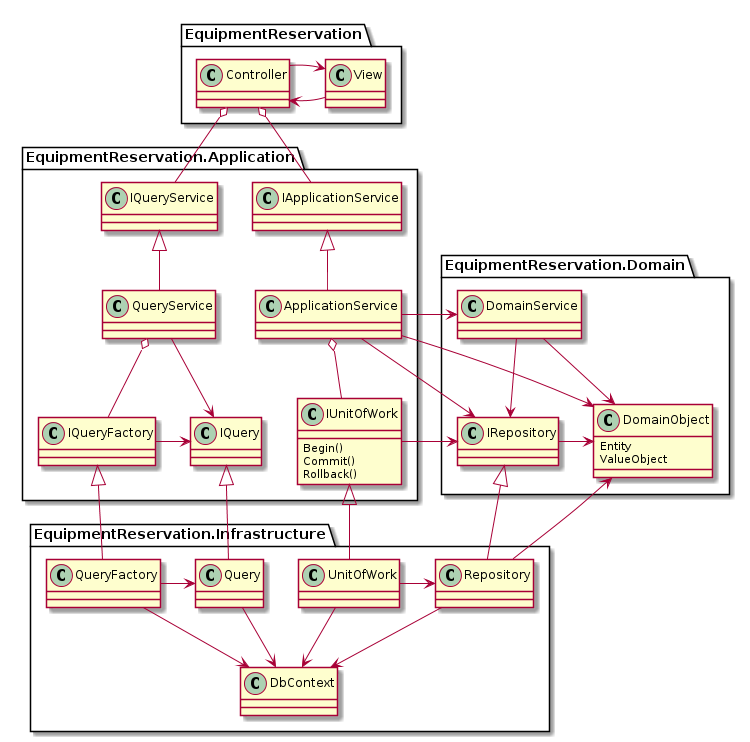
Before: modeling/Architecture/Architecture.png, a diagram exported from PlantUML (TakashiOnawa/EquipmentReservation).
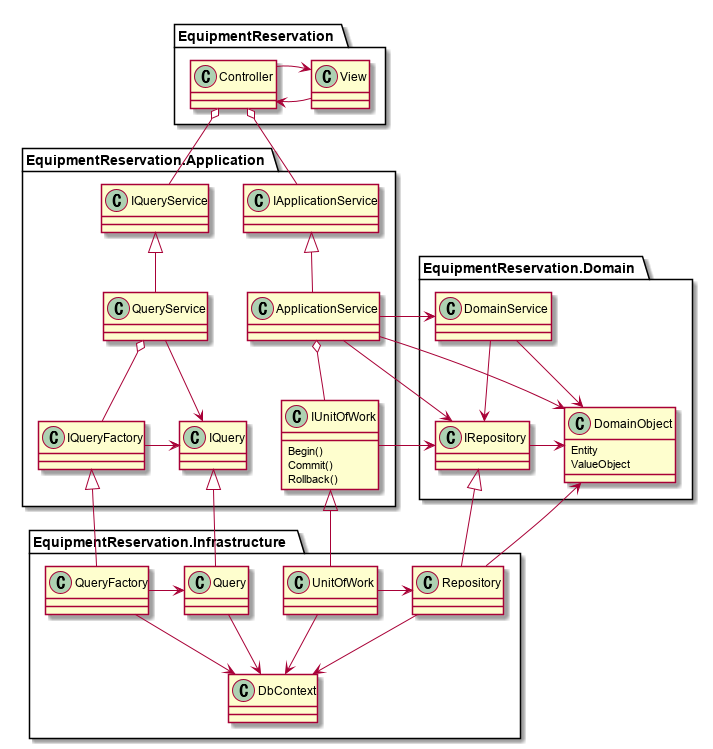
Above is the later version.

Diff of the diagram source:
```diff
@@ -1,4 +1,5 @@
-@startuml
+@startuml Architecture
+
 package EquipmentReservation.Domain
 {
     class DomainObject
@@ -79,4 +80,5 @@
     Controller o-- IApplicationService
     Controller o-- IQueryService
 }
+
 @enduml
```
